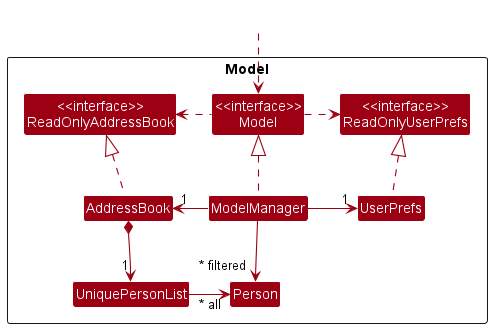
The PlantUML diagram docs/images/ModelClassDiagram.png in nus-cs2103-AY2223S2/tp, before a commit.
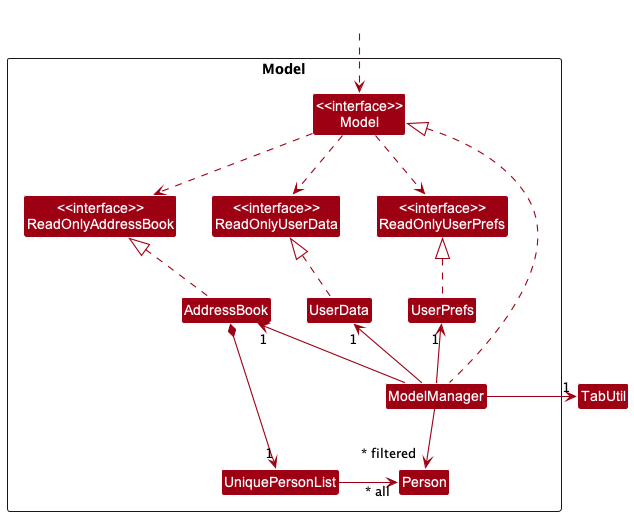
Later version of the same file.

Commit message:
Update DG links and diagrams

Diff of the diagram source:
```diff
@@ -7,27 +7,36 @@
 Package Model <<Rectangle>>{
 Class "<<interface>>\nReadOnlyAddressBook" as ReadOnlyAddressBook
 Class "<<interface>>\nReadOnlyUserPrefs" as ReadOnlyUserPrefs
+Class "<<interface>>\nReadOnlyUserData" as ReadOnlyUserData
 Class "<<interface>>\nModel" as Model
 Class AddressBook
 Class ModelManager
 Class UserPrefs
+Class UserData
 
 Class UniquePersonList
 Class Person
 
 }
 
+Class TabUtil
+
 Class HiddenOutside #FFFFFF
 HiddenOutside ..> Model
 
 AddressBook .up.|> ReadOnlyAddressBook
 
-ModelManager .up.|> Model
-Model .right.> ReadOnlyUserPrefs
-Model .left.> ReadOnlyAddressBook
-ModelManager -left-> "1" AddressBook
-ModelManager -right-> "1" UserPrefs
+ModelManager ..up.|> Model
+Model .down.> ReadOnlyUserPrefs
+Model .down.> ReadOnlyUserData
+Model .down.> ReadOnlyAddressBook
+ModelManager -up-> "1" AddressBook
+ModelManager -up-> "1" UserPrefs
+ModelManager -up-> "1" UserData
 UserPrefs .up.|> ReadOnlyUserPrefs
+UserData .up.|> ReadOnlyUserData
+
+ModelManager -right-> "1" TabUtil
 
 AddressBook *--> "1" UniquePersonList
 UniquePersonList -right-> "~* all" Person
```
